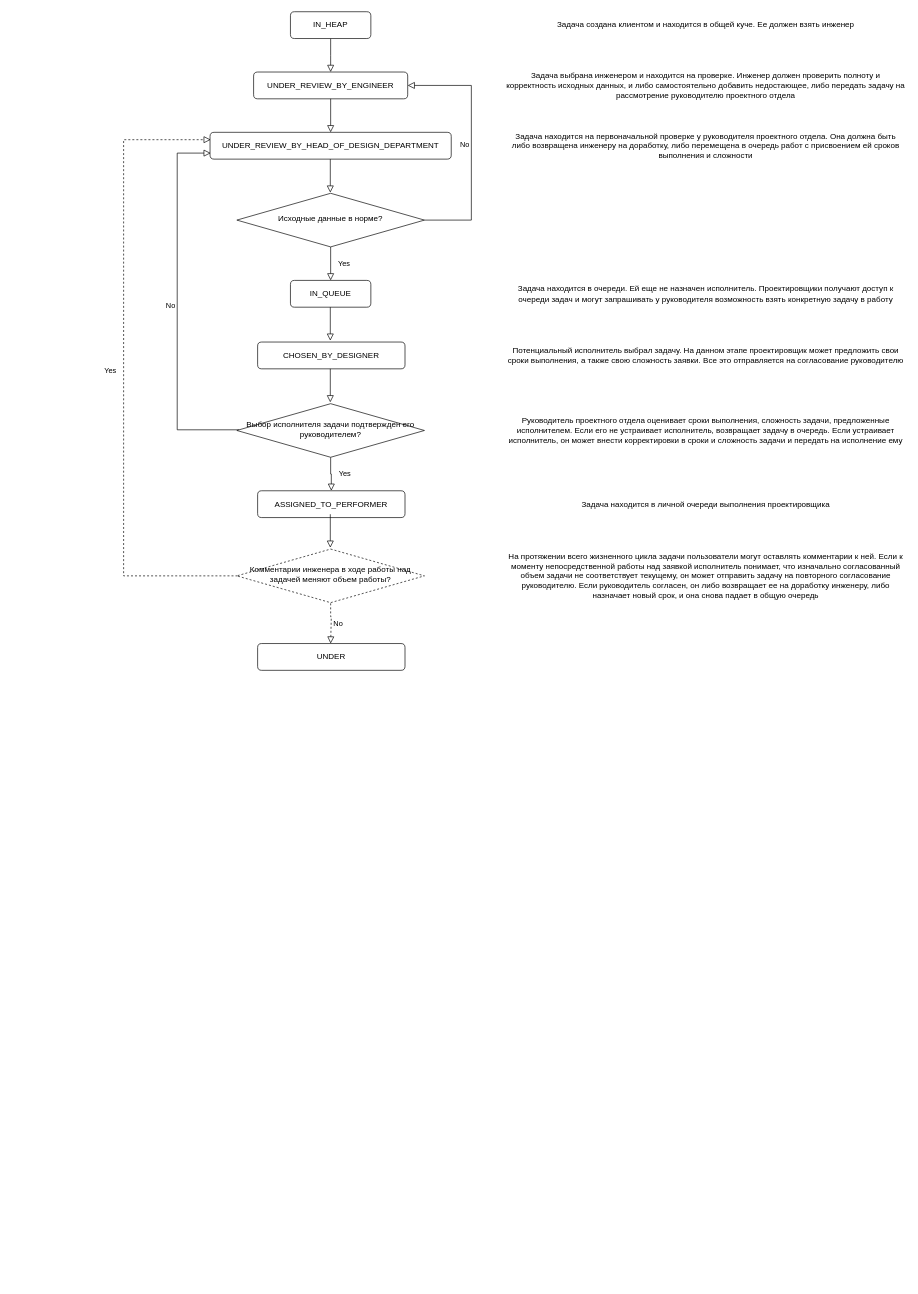
The draw.io diagram Untitled Diagram.drawio in bryanin/QuestionnaireBackend, before the edit. Source tidied: cells renumbered, new cells numbered last; positions are measured from the earlier drawing's top-left corner, leaving out a move shared by most shapes. Both pictures are drawn from the tidied source at 67%, with x=0, y=0 at pixel (123, 11).
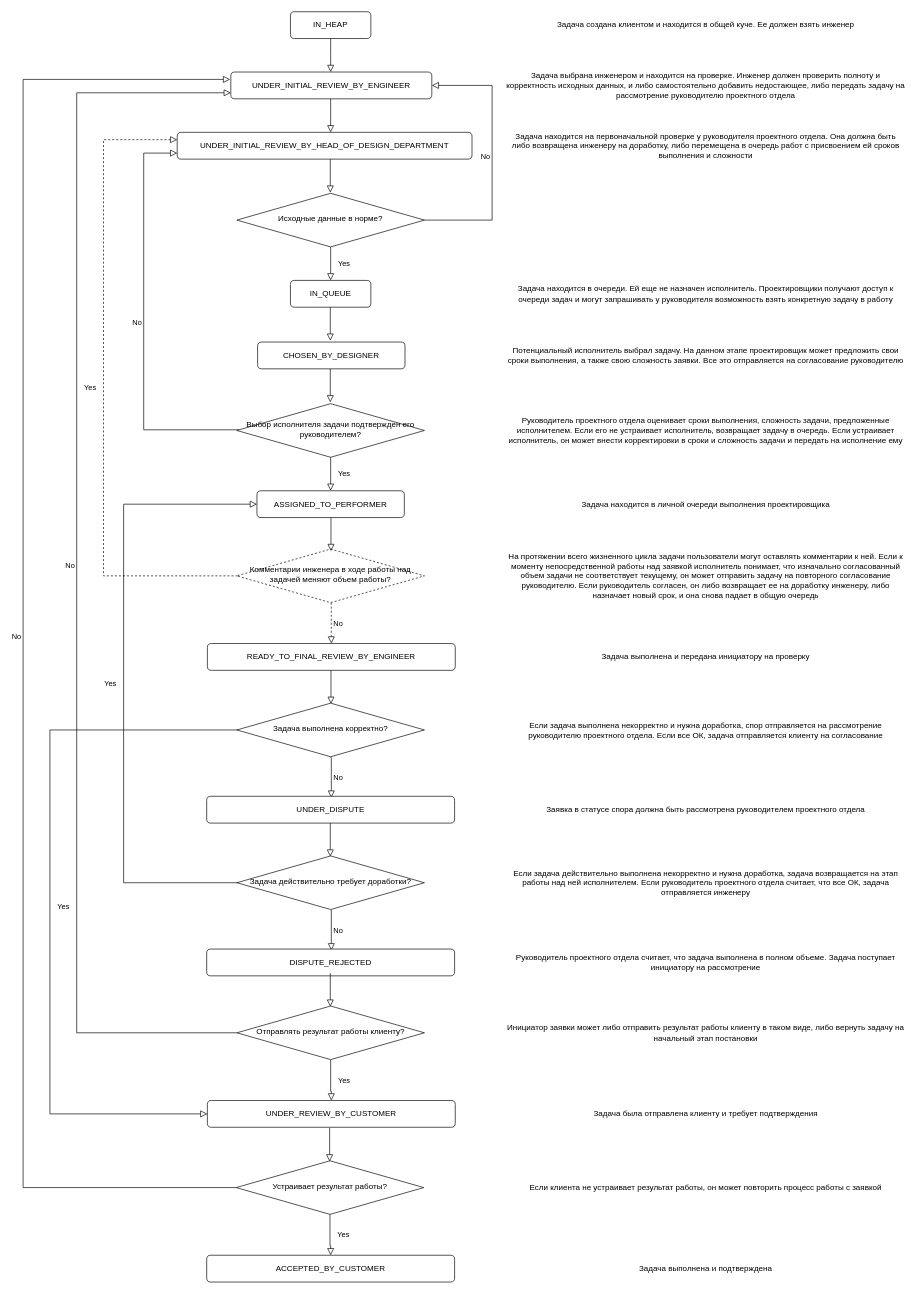
After the change.

The change refers to these unchanged cells:
```xml
<mxCell id="13" value="Исходные данные в норме?" style="rhombus;whiteSpace=wrap;html=1;shadow=0;fontFamily=Helvetica;fontSize=12;align=center;strokeWidth=1;spacing=6;spacingTop=-4;" parent="1" vertex="1">
  <mxGeometry x="169" y="271" width="280" height="80" as="geometry" />
</mxCell>
<mxCell id="19" value="&lt;div&gt;Выбор исполнителя задачи подтвержден его руководителем?&lt;/div&gt;" style="rhombus;whiteSpace=wrap;html=1;shadow=0;fontFamily=Helvetica;fontSize=12;align=center;strokeWidth=1;spacing=6;spacingTop=-4;" parent="1" vertex="1">
  <mxGeometry x="169" y="585" width="280" height="80" as="geometry" />
</mxCell>
```

What changed in the source:
```diff
@@
-    <mxCell id="2" value="UNDER_REVIEW_BY_ENGINEER" style="rounded=1;whiteSpace=wrap;html=1;fontSize=12;glass=0;strokeWidth=1;shadow=0;" parent="1" vertex="1">
-      <mxGeometry x="194" y="90" width="230" height="40" as="geometry" />
+    <mxCell id="2" value="UNDER_INITIAL_REVIEW_BY_ENGINEER" style="rounded=1;whiteSpace=wrap;html=1;fontSize=12;glass=0;strokeWidth=1;shadow=0;" parent="1" vertex="1">
+      <mxGeometry x="160" y="90" width="300" height="40" as="geometry" />
     </mxCell>
@@
-    <mxCell id="7" value="UNDER_REVIEW_BY_HEAD_OF_DESIGN_DEPARTMENT" style="rounded=1;whiteSpace=wrap;html=1;fontSize=12;glass=0;strokeWidth=1;shadow=0;" parent="1" vertex="1">
-      <mxGeometry x="129" y="180" width="360" height="40" as="geometry" />
+    <mxCell id="7" value="UNDER_INITIAL_REVIEW_BY_HEAD_OF_DESIGN_DEPARTMENT" style="rounded=1;whiteSpace=wrap;html=1;fontSize=12;glass=0;strokeWidth=1;shadow=0;" parent="1" vertex="1">
+      <mxGeometry x="80" y="180" width="440" height="40" as="geometry" />
     </mxCell>
@@
     <mxCell id="12" value="No" style="edgeStyle=orthogonalEdgeStyle;rounded=0;html=1;jettySize=auto;fontSize=11;endArrow=block;endFill=0;endSize=8;strokeWidth=1;shadow=0;labelBackgroundColor=none;entryX=1;entryY=0.5;entryDx=0;entryDy=0;" parent="1" edge="1" source="13" target="2">
       <mxGeometry y="10" relative="1" as="geometry">
         <Array as="points">
-          <mxPoint x="519" y="311" />
-          <mxPoint x="519" y="110" />
+          <mxPoint x="550" y="311" />
+          <mxPoint x="550" y="110" />
         </Array>
       </mxGeometry>
     </mxCell>
@@
-    <mxCell id="17" value="Yes" style="rounded=0;html=1;jettySize=auto;fontSize=11;endArrow=block;endFill=0;endSize=8;strokeWidth=1;shadow=0;labelBackgroundColor=none;edgeStyle=orthogonalEdgeStyle;entryX=0.5;entryY=0;entryDx=0;entryDy=0;" parent="1" edge="1" source="19" target="20">
+    <mxCell id="17" value="Yes" style="rounded=0;html=1;jettySize=auto;fontSize=11;endArrow=block;endFill=0;endSize=8;strokeWidth=1;shadow=0;labelBackgroundColor=none;edgeStyle=orthogonalEdgeStyle;" parent="1" edge="1" source="19" target="20">
       <mxGeometry y="20" relative="1" as="geometry" />
     </mxCell>
     <mxCell id="18" value="No" style="edgeStyle=orthogonalEdgeStyle;rounded=0;html=1;jettySize=auto;fontSize=11;endArrow=block;endFill=0;endSize=8;strokeWidth=1;shadow=0;labelBackgroundColor=none;" parent="1" edge="1" source="19">
       <mxGeometry y="10" relative="1" as="geometry">
-        <mxPoint x="130" y="211" as="targetPoint" />
+        <mxPoint x="80" y="211" as="targetPoint" />
         <Array as="points">
-          <mxPoint x="80" y="624" />
-          <mxPoint x="80" y="211" />
+          <mxPoint x="30" y="624" />
+          <mxPoint x="30" y="211" />
         </Array>
       </mxGeometry>
     </mxCell>
@@
     <mxCell id="20" value="ASSIGNED_TO_PERFORMER" style="rounded=1;whiteSpace=wrap;html=1;fontSize=12;glass=0;strokeWidth=1;shadow=0;" parent="1" vertex="1">
-      <mxGeometry x="200" y="715" width="220" height="40" as="geometry" />
+      <mxGeometry x="199" y="715" width="220" height="40" as="geometry" />
     </mxCell>
@@
     <mxCell id="26" value="Yes" style="rounded=0;html=1;jettySize=auto;orthogonalLoop=1;fontSize=11;endArrow=block;endFill=0;endSize=8;strokeWidth=1;shadow=0;labelBackgroundColor=none;edgeStyle=orthogonalEdgeStyle;dashed=1;" parent="1" edge="1">
       <mxGeometry y="20" relative="1" as="geometry">
         <mxPoint x="170" y="842" as="sourcePoint" />
-        <mxPoint x="130" y="191" as="targetPoint" />
+        <mxPoint x="80" y="191" as="targetPoint" />
         <Array as="points">
-          <mxPoint y="842" />
-          <mxPoint y="191" />
-          <mxPoint x="129" y="191" />
+          <mxPoint x="-30" y="842" />
+          <mxPoint x="-30" y="191" />
         </Array>
       </mxGeometry>
     </mxCell>
-    <mxCell id="27" value="No" style="edgeStyle=orthogonalEdgeStyle;rounded=0;html=1;jettySize=auto;orthogonalLoop=1;fontSize=11;endArrow=block;endFill=0;endSize=8;strokeWidth=1;shadow=0;labelBackgroundColor=none;dashed=1;" parent="1" edge="1">
+    <mxCell id="27" value="No" style="edgeStyle=orthogonalEdgeStyle;rounded=0;html=1;jettySize=auto;fontSize=11;endArrow=block;endFill=0;endSize=8;strokeWidth=1;shadow=0;labelBackgroundColor=none;dashed=1;" parent="1" edge="1" target="29">
       <mxGeometry y="10" relative="1" as="geometry">
         <mxPoint x="309" y="883" as="sourcePoint" />
-        <mxPoint x="309" y="943" as="targetPoint" />
         <Array as="points">
-          <mxPoint x="309" y="903" />
-          <mxPoint x="310" y="943" />
+          <mxPoint x="310" y="883" />
         </Array>
       </mxGeometry>
     </mxCell>
@@
-    <mxCell id="29" value="UNDER" style="rounded=1;whiteSpace=wrap;html=1;fontSize=12;glass=0;strokeWidth=1;shadow=0;" parent="1" vertex="1">
-      <mxGeometry x="200" y="943" width="220" height="40" as="geometry" />
+    <mxCell id="29" value="READY_TO_FINAL_REVIEW_BY_ENGINEER" style="rounded=1;whiteSpace=wrap;html=1;fontSize=12;glass=0;strokeWidth=1;shadow=0;" parent="1" vertex="1">
+      <mxGeometry x="125" y="943" width="370" height="40" as="geometry" />
     </mxCell>
-    <mxCell id="30" style="rounded=0;html=1;jettySize=auto;orthogonalLoop=1;fontSize=11;endArrow=block;endFill=0;endSize=8;strokeWidth=1;shadow=0;labelBackgroundColor=none;edgeStyle=orthogonalEdgeStyle;" parent="1" edge="1">
-      <mxGeometry relative="1" as="geometry">
-        <mxPoint x="308.5" y="750" as="sourcePoint" />
-        <mxPoint x="308.5" y="800" as="targetPoint" />
-      </mxGeometry>
-    </mxCell>
@@
+    <mxCell id="32" style="rounded=0;html=1;jettySize=auto;orthogonalLoop=1;fontSize=11;endArrow=block;endFill=0;endSize=8;strokeWidth=1;shadow=0;labelBackgroundColor=none;edgeStyle=orthogonalEdgeStyle;" parent="1" edge="1">
+      <mxGeometry relative="1" as="geometry">
+        <mxPoint x="309.5" y="755" as="sourcePoint" />
+        <mxPoint x="309.5" y="805" as="targetPoint" />
+      </mxGeometry>
+    </mxCell>
+    <mxCell id="33" style="rounded=0;html=1;jettySize=auto;orthogonalLoop=1;fontSize=11;endArrow=block;endFill=0;endSize=8;strokeWidth=1;shadow=0;labelBackgroundColor=none;edgeStyle=orthogonalEdgeStyle;" parent="1" edge="1">
+      <mxGeometry relative="1" as="geometry">
+        <mxPoint x="309.5" y="983" as="sourcePoint" />
+        <mxPoint x="309.5" y="1033" as="targetPoint" />
+      </mxGeometry>
+    </mxCell>
+    <mxCell id="34" value="Yes" style="rounded=0;html=1;jettySize=auto;fontSize=11;endArrow=block;endFill=0;endSize=8;strokeWidth=1;shadow=0;labelBackgroundColor=none;edgeStyle=orthogonalEdgeStyle;entryX=0;entryY=0.5;entryDx=0;entryDy=0;" parent="1" edge="1" target="37">
+      <mxGeometry y="20" relative="1" as="geometry">
+        <mxPoint x="170" y="1072" as="sourcePoint" />
+        <Array as="points">
+          <mxPoint x="-110" y="1072" />
+          <mxPoint x="-110" y="1645" />
+        </Array>
+      </mxGeometry>
+    </mxCell>
+    <mxCell id="35" value="No" style="edgeStyle=orthogonalEdgeStyle;rounded=0;html=1;jettySize=auto;orthogonalLoop=1;fontSize=11;endArrow=block;endFill=0;endSize=8;strokeWidth=1;shadow=0;labelBackgroundColor=none;" parent="1" edge="1">
+      <mxGeometry y="10" relative="1" as="geometry">
+        <mxPoint x="309" y="1113" as="sourcePoint" />
+        <mxPoint x="310" y="1173" as="targetPoint" />
+        <Array as="points">
+          <mxPoint x="310" y="1113" />
+        </Array>
+      </mxGeometry>
+    </mxCell>
+    <mxCell id="36" value="Задача выполнена корректно?" style="rhombus;whiteSpace=wrap;html=1;shadow=0;fontFamily=Helvetica;fontSize=12;align=center;strokeWidth=1;spacing=6;spacingTop=-4;" parent="1" vertex="1">
+      <mxGeometry x="169" y="1032" width="280" height="80" as="geometry" />
+    </mxCell>
+    <mxCell id="37" value="UNDER_REVIEW_BY_CUSTOMER" style="rounded=1;whiteSpace=wrap;html=1;fontSize=12;glass=0;strokeWidth=1;shadow=0;" parent="1" vertex="1">
+      <mxGeometry x="125" y="1625" width="370" height="40" as="geometry" />
+    </mxCell>
+    <mxCell id="38" value="UNDER_DISPUTE" style="rounded=1;whiteSpace=wrap;html=1;fontSize=12;glass=0;strokeWidth=1;shadow=0;" parent="1" vertex="1">
+      <mxGeometry x="124" y="1171" width="370" height="40" as="geometry" />
+    </mxCell>
+    <mxCell id="39" value="Задача выполнена и передана инициатору на проверку" style="text;html=1;strokeColor=none;fillColor=none;align=center;verticalAlign=middle;whiteSpace=wrap;rounded=0;" parent="1" vertex="1">
+      <mxGeometry x="569" y="948" width="600" height="30" as="geometry" />
+    </mxCell>
+    <mxCell id="40" value="Если задача выполнена некорректно и нужна доработка, спор отправляется на рассмотрение руководителю проектного отдела. Если все ОК, задача отправляется клиенту на согласование" style="text;html=1;strokeColor=none;fillColor=none;align=center;verticalAlign=middle;whiteSpace=wrap;rounded=0;" parent="1" vertex="1">
+      <mxGeometry x="569" y="1057" width="600" height="30" as="geometry" />
+    </mxCell>
+    <mxCell id="41" value="Yes" style="rounded=0;html=1;jettySize=auto;fontSize=11;endArrow=block;endFill=0;endSize=8;strokeWidth=1;shadow=0;labelBackgroundColor=none;edgeStyle=orthogonalEdgeStyle;entryX=0;entryY=0.5;entryDx=0;entryDy=0;" parent="1" edge="1" target="20">
+      <mxGeometry y="20" relative="1" as="geometry">
+        <mxPoint x="170" y="1300" as="sourcePoint" />
+        <Array as="points">
+          <mxPoint y="1300" />
+          <mxPoint y="735" />
+        </Array>
+      </mxGeometry>
+    </mxCell>
+    <mxCell id="42" value="No" style="edgeStyle=orthogonalEdgeStyle;rounded=0;html=1;jettySize=auto;orthogonalLoop=1;fontSize=11;endArrow=block;endFill=0;endSize=8;strokeWidth=1;shadow=0;labelBackgroundColor=none;" parent="1" edge="1">
+      <mxGeometry y="10" relative="1" as="geometry">
+        <mxPoint x="309" y="1341" as="sourcePoint" />
+        <mxPoint x="310" y="1401" as="targetPoint" />
+        <Array as="points">
+          <mxPoint x="310" y="1341" />
+        </Array>
+      </mxGeometry>
+    </mxCell>
+    <mxCell id="43" value="Задача действительно требует доработки?" style="rhombus;whiteSpace=wrap;html=1;shadow=0;fontFamily=Helvetica;fontSize=12;align=center;strokeWidth=1;spacing=6;spacingTop=-4;" parent="1" vertex="1">
+      <mxGeometry x="169" y="1260" width="280" height="80" as="geometry" />
+    </mxCell>
+    <mxCell id="44" value="DISPUTE_REJECTED" style="rounded=1;whiteSpace=wrap;html=1;fontSize=12;glass=0;strokeWidth=1;shadow=0;" parent="1" vertex="1">
+      <mxGeometry x="124" y="1399" width="370" height="40" as="geometry" />
+    </mxCell>
+    <mxCell id="45" style="rounded=0;html=1;jettySize=auto;orthogonalLoop=1;fontSize=11;endArrow=block;endFill=0;endSize=8;strokeWidth=1;shadow=0;labelBackgroundColor=none;edgeStyle=orthogonalEdgeStyle;" parent="1" edge="1">
+      <mxGeometry relative="1" as="geometry">
+        <mxPoint x="308.5" y="1211" as="sourcePoint" />
+        <mxPoint x="308.5" y="1261" as="targetPoint" />
+      </mxGeometry>
+    </mxCell>
+    <mxCell id="46" value="Заявка в статусе спора должна быть рассмотрена руководителем проектного отдела" style="text;html=1;strokeColor=none;fillColor=none;align=center;verticalAlign=middle;whiteSpace=wrap;rounded=0;" parent="1" vertex="1">
+      <mxGeometry x="569" y="1176" width="600" height="30" as="geometry" />
+    </mxCell>
+    <mxCell id="47" value="Если задача действительно выполнена некорректно и нужна доработка, задача возвращается на этап работы над ней исполнителем. Если руководитель проектного отдела считает, что все ОК, задача отправляется инженеру" style="text;html=1;strokeColor=none;fillColor=none;align=center;verticalAlign=middle;whiteSpace=wrap;rounded=0;" parent="1" vertex="1">
+      <mxGeometry x="569" y="1285" width="600" height="30" as="geometry" />
+    </mxCell>
+    <mxCell id="48" value="Yes" style="rounded=0;html=1;jettySize=auto;fontSize=11;endArrow=block;endFill=0;endSize=8;strokeWidth=1;shadow=0;labelBackgroundColor=none;edgeStyle=orthogonalEdgeStyle;entryX=0.5;entryY=0;entryDx=0;entryDy=0;exitX=0.5;exitY=1;exitDx=0;exitDy=0;" parent="1" edge="1" source="50" target="37">
+      <mxGeometry y="20" relative="1" as="geometry">
+        <Array as="points">
+          <mxPoint x="310" y="1611" />
+          <mxPoint x="309" y="1625" />
+        </Array>
+      </mxGeometry>
+    </mxCell>
+    <mxCell id="49" value="No" style="edgeStyle=orthogonalEdgeStyle;rounded=0;html=1;jettySize=auto;fontSize=11;endArrow=block;endFill=0;endSize=8;strokeWidth=1;shadow=0;labelBackgroundColor=none;exitX=0;exitY=0.5;exitDx=0;exitDy=0;" parent="1" edge="1" source="50">
+      <mxGeometry y="10" relative="1" as="geometry">
+        <mxPoint x="160" y="121" as="targetPoint" />
+        <Array as="points">
+          <mxPoint x="-70" y="1524" />
+          <mxPoint x="-70" y="121" />
+          <mxPoint x="160" y="121" />
+        </Array>
+      </mxGeometry>
+    </mxCell>
+    <mxCell id="50" value="&lt;div&gt;Отправлять результат работы клиенту?&lt;/div&gt;" style="rhombus;whiteSpace=wrap;html=1;shadow=0;fontFamily=Helvetica;fontSize=12;align=center;strokeWidth=1;spacing=6;spacingTop=-4;" parent="1" vertex="1">
+      <mxGeometry x="169" y="1484" width="280" height="80" as="geometry" />
+    </mxCell>
+    <mxCell id="51" style="rounded=0;html=1;jettySize=auto;orthogonalLoop=1;fontSize=11;endArrow=block;endFill=0;endSize=8;strokeWidth=1;shadow=0;labelBackgroundColor=none;edgeStyle=orthogonalEdgeStyle;" parent="1" edge="1">
+      <mxGeometry relative="1" as="geometry">
+        <mxPoint x="308.5" y="1435" as="sourcePoint" />
+        <mxPoint x="308.5" y="1485" as="targetPoint" />
+      </mxGeometry>
+    </mxCell>
+    <mxCell id="52" value="Руководитель проектного отдела считает, что задача выполнена в полном объеме. Задача поступает инициатору на рассмотрение" style="text;html=1;strokeColor=none;fillColor=none;align=center;verticalAlign=middle;whiteSpace=wrap;rounded=0;" parent="1" vertex="1">
+      <mxGeometry x="569" y="1404" width="600" height="30" as="geometry" />
+    </mxCell>
+    <mxCell id="53" value="Инициатор заявки может либо отправить результат работы клиенту в таком виде, либо вернуть задачу на начальный этап постановки" style="text;html=1;strokeColor=none;fillColor=none;align=center;verticalAlign=middle;whiteSpace=wrap;rounded=0;" parent="1" vertex="1">
+      <mxGeometry x="569" y="1509" width="600" height="30" as="geometry" />
+    </mxCell>
+    <mxCell id="54" value="ACCEPTED_BY_CUSTOMER" style="rounded=1;whiteSpace=wrap;html=1;fontSize=12;glass=0;strokeWidth=1;shadow=0;" parent="1" vertex="1">
+      <mxGeometry x="124" y="1856" width="370" height="40" as="geometry" />
+    </mxCell>
+    <mxCell id="55" value="Yes" style="rounded=0;html=1;jettySize=auto;fontSize=11;endArrow=block;endFill=0;endSize=8;strokeWidth=1;shadow=0;labelBackgroundColor=none;edgeStyle=orthogonalEdgeStyle;entryX=0.5;entryY=0;entryDx=0;entryDy=0;exitX=0.5;exitY=1;exitDx=0;exitDy=0;" parent="1" edge="1" source="57" target="54">
+      <mxGeometry y="20" relative="1" as="geometry">
+        <Array as="points">
+          <mxPoint x="309" y="1842" />
+          <mxPoint x="308" y="1856" />
+        </Array>
+      </mxGeometry>
+    </mxCell>
+    <mxCell id="56" value="No" style="edgeStyle=orthogonalEdgeStyle;rounded=0;html=1;jettySize=auto;fontSize=11;endArrow=block;endFill=0;endSize=8;strokeWidth=1;shadow=0;labelBackgroundColor=none;exitX=0;exitY=0.5;exitDx=0;exitDy=0;" parent="1" edge="1" source="57">
+      <mxGeometry y="10" relative="1" as="geometry">
+        <mxPoint x="159" y="101" as="targetPoint" />
+        <Array as="points">
+          <mxPoint x="-150" y="1755" />
+          <mxPoint x="-150" y="101" />
+        </Array>
+      </mxGeometry>
+    </mxCell>
+    <mxCell id="57" value="Устраивает результат работы?" style="rhombus;whiteSpace=wrap;html=1;shadow=0;fontFamily=Helvetica;fontSize=12;align=center;strokeWidth=1;spacing=6;spacingTop=-4;" parent="1" vertex="1">
+      <mxGeometry x="168" y="1715" width="280" height="80" as="geometry" />
+    </mxCell>
+    <mxCell id="58" style="rounded=0;html=1;jettySize=auto;orthogonalLoop=1;fontSize=11;endArrow=block;endFill=0;endSize=8;strokeWidth=1;shadow=0;labelBackgroundColor=none;edgeStyle=orthogonalEdgeStyle;" parent="1" edge="1">
+      <mxGeometry relative="1" as="geometry">
+        <mxPoint x="307.5" y="1666" as="sourcePoint" />
+        <mxPoint x="307.5" y="1716" as="targetPoint" />
+      </mxGeometry>
+    </mxCell>
+    <mxCell id="59" value="Задача была отправлена клиенту и требует подтверждения" style="text;html=1;strokeColor=none;fillColor=none;align=center;verticalAlign=middle;whiteSpace=wrap;rounded=0;" parent="1" vertex="1">
+      <mxGeometry x="569" y="1630" width="600" height="30" as="geometry" />
+    </mxCell>
+    <mxCell id="60" value="Если клиента не устраивает результат работы, он может повторить процесс работы с заявкой" style="text;html=1;strokeColor=none;fillColor=none;align=center;verticalAlign=middle;whiteSpace=wrap;rounded=0;" parent="1" vertex="1">
+      <mxGeometry x="569" y="1740" width="600" height="30" as="geometry" />
+    </mxCell>
+    <mxCell id="61" value="Задача выполнена и подтверждена" style="text;html=1;strokeColor=none;fillColor=none;align=center;verticalAlign=middle;whiteSpace=wrap;rounded=0;" parent="1" vertex="1">
+      <mxGeometry x="569" y="1861" width="600" height="30" as="geometry" />
+    </mxCell>
```
